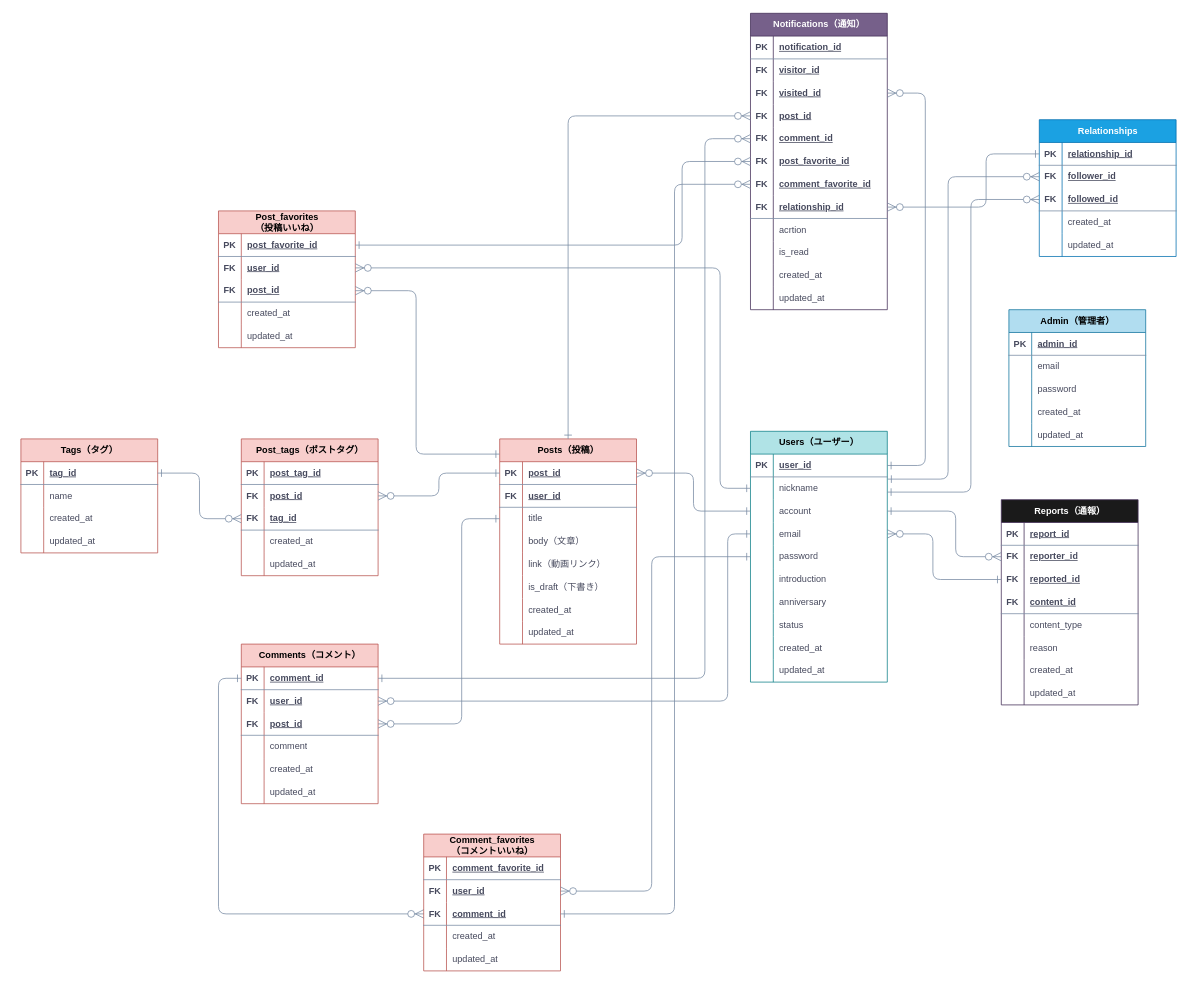
Earlier version of the draw.io diagram 2seeds.drawio (Ganmo3/drawio). Source tidied: cells renumbered, new cells numbered last; positions are measured from the earlier drawing's top-left corner, leaving out a move shared by most shapes. Both pictures are drawn from the tidied source at 76%, with x=0, y=0 at pixel (13, 13).
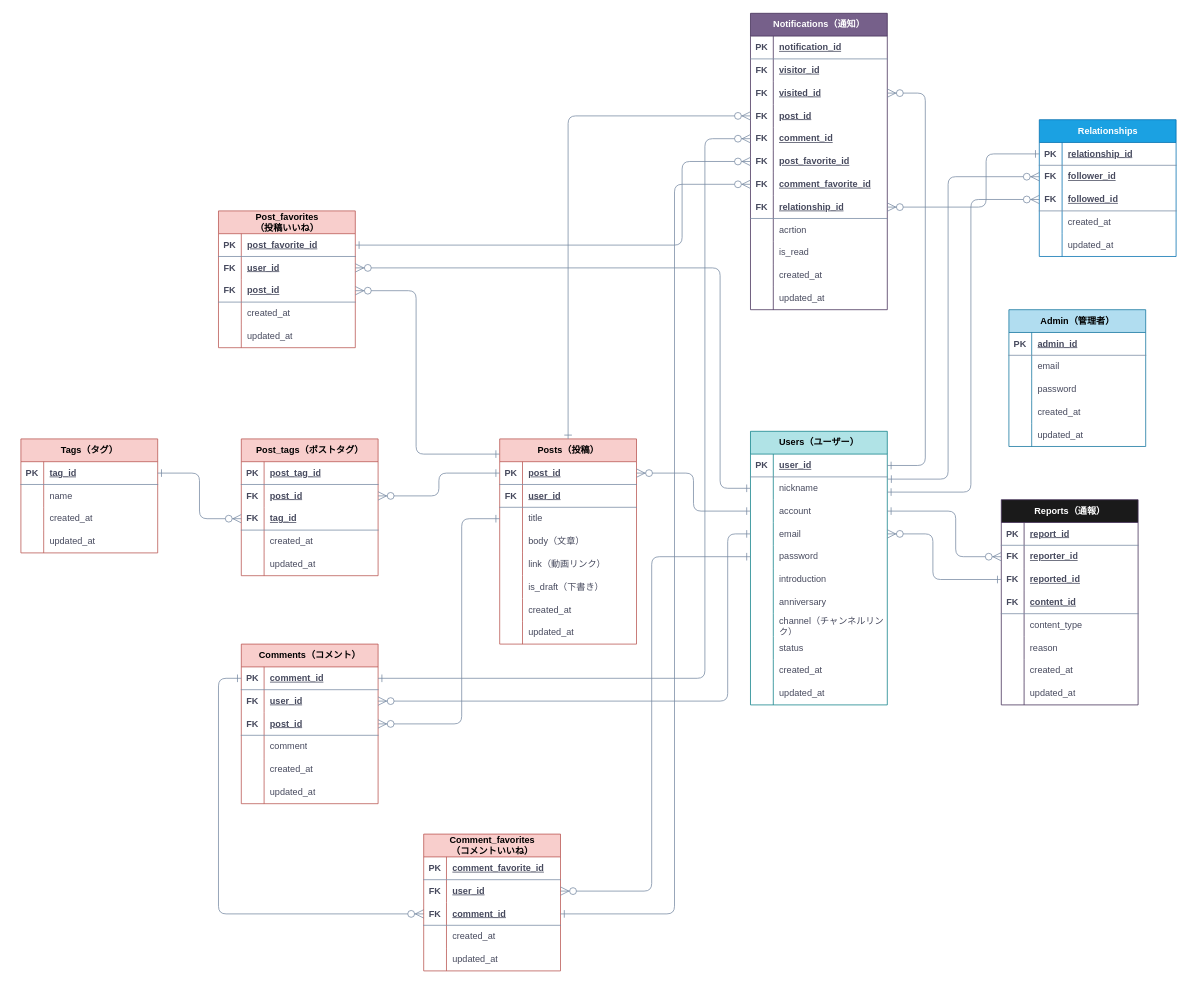
After the change.

Commit message:
2seeds.drawio を更新します

The edit, as a diff of the source:
```diff
@@
     <mxCell id="18" value="&lt;font color=&quot;#000000&quot;&gt;Users（ユーザー）&lt;/font&gt;" style="shape=table;startSize=30;childLayout=tableLayout;rowLines=0;fontStyle=1;align=center;html=1;fontFamily=Helvetica;fontSize=12;fillColor=#b0e3e6;labelBackgroundColor=none;strokeColor=#0e8088;" parent="1" vertex="1">
-      <mxGeometry x="970" y="550" width="180" height="330" as="geometry" />
+      <mxGeometry x="970" y="550" width="180" height="360" as="geometry" />
     </mxCell>
@@
+    <mxCell id="257" style="shape=tableRow;horizontal=0;startSize=0;swimlaneHead=0;swimlaneBody=0;fillColor=none;top=0;left=0;right=0;bottom=0;strokeColor=#788AA3;fontFamily=Helvetica;fontSize=12;fontColor=#46495D;html=1;labelBackgroundColor=none;" parent="18" vertex="1">
+      <mxGeometry y="240" width="180" height="30" as="geometry" />
+    </mxCell>
+    <mxCell id="258" style="shape=partialRectangle;fillColor=none;top=0;left=0;bottom=0;right=0;overflow=hidden;whiteSpace=wrap;html=1;strokeColor=#788AA3;fontFamily=Helvetica;fontSize=12;fontColor=#46495D;startSize=23;labelBackgroundColor=none;" parent="257" vertex="1">
+      <mxGeometry width="30" height="30" as="geometry" />
+    </mxCell>
+    <mxCell id="259" value="channel（チャンネルリンク）" style="shape=partialRectangle;fillColor=none;top=0;left=0;bottom=0;right=0;align=left;spacingLeft=6;overflow=hidden;whiteSpace=wrap;html=1;strokeColor=#788AA3;fontFamily=Helvetica;fontSize=12;fontColor=#46495D;startSize=23;labelBackgroundColor=none;" parent="257" vertex="1">
+      <mxGeometry x="30" width="150" height="30" as="geometry" />
+    </mxCell>
     <mxCell id="40" style="shape=tableRow;horizontal=0;startSize=0;swimlaneHead=0;swimlaneBody=0;fillColor=none;top=0;left=0;right=0;bottom=0;strokeColor=#788AA3;fontFamily=Helvetica;fontSize=12;fontColor=#46495D;html=1;labelBackgroundColor=none;" parent="18" vertex="1">
-      <mxGeometry y="240" width="180" height="30" as="geometry" />
+      <mxGeometry y="270" width="180" height="30" as="geometry" />
     </mxCell>
@@
     <mxCell id="43" style="shape=tableRow;horizontal=0;startSize=0;swimlaneHead=0;swimlaneBody=0;fillColor=none;top=0;left=0;right=0;bottom=0;strokeColor=#788AA3;fontFamily=Helvetica;fontSize=12;fontColor=#46495D;html=1;labelBackgroundColor=none;" parent="18" vertex="1">
-      <mxGeometry y="270" width="180" height="30" as="geometry" />
+      <mxGeometry y="300" width="180" height="30" as="geometry" />
     </mxCell>
@@
     <mxCell id="46" style="shape=tableRow;horizontal=0;startSize=0;swimlaneHead=0;swimlaneBody=0;fillColor=none;top=0;left=0;right=0;bottom=0;strokeColor=#788AA3;fontFamily=Helvetica;fontSize=12;fontColor=#46495D;html=1;labelBackgroundColor=none;" parent="18" vertex="1">
-      <mxGeometry y="300" width="180" height="30" as="geometry" />
+      <mxGeometry y="330" width="180" height="30" as="geometry" />
     </mxCell>
```
